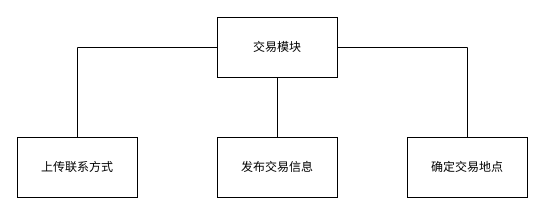
The draw.io diagram page "交易模块" (3 of 4) of tietie/功能模块图.drawio in Zhou-Ru-Xuan/drawio-workplace, before the edit. Source tidied: cells renumbered, new cells numbered last; positions are measured from the earlier drawing's top-left corner, leaving out a move shared by most shapes. Both pictures are drawn from the tidied source at 100%, with x=0, y=0 at pixel (17, 17).
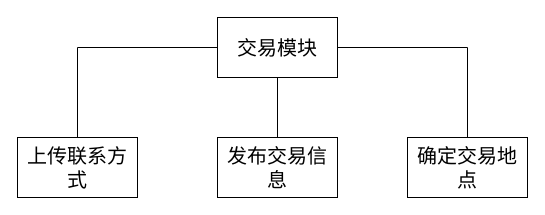
After the change.

Diff of the diagram source:
```diff
@@
 <mxGraphModel>
   <root>
     <mxCell id="0" />
     <mxCell id="1" parent="0" />
-    <mxCell id="2" style="edgeStyle=orthogonalEdgeStyle;rounded=0;jettySize=auto;html=1;endArrow=none;endFill=0;" parent="1" edge="1" source="5" target="6">
+    <mxCell id="2" style="edgeStyle=orthogonalEdgeStyle;rounded=0;jettySize=auto;html=1;endArrow=none;endFill=0;fontFamily=宋体;fontSize=20;" parent="1" edge="1" source="5" target="6">
       <mxGeometry relative="1" as="geometry" />
     </mxCell>
-    <mxCell id="3" style="edgeStyle=orthogonalEdgeStyle;rounded=0;jettySize=auto;html=1;endArrow=none;endFill=0;" parent="1" edge="1" source="5" target="7">
+    <mxCell id="3" style="edgeStyle=orthogonalEdgeStyle;rounded=0;jettySize=auto;html=1;endArrow=none;endFill=0;fontFamily=宋体;fontSize=20;" parent="1" edge="1" source="5" target="7">
       <mxGeometry relative="1" as="geometry" />
     </mxCell>
-    <mxCell id="4" style="edgeStyle=orthogonalEdgeStyle;rounded=0;jettySize=auto;html=1;endArrow=none;endFill=0;" parent="1" edge="1" source="5" target="8">
+    <mxCell id="4" style="edgeStyle=orthogonalEdgeStyle;rounded=0;jettySize=auto;html=1;endArrow=none;endFill=0;fontFamily=宋体;fontSize=20;" parent="1" edge="1" source="5" target="8">
       <mxGeometry relative="1" as="geometry" />
     </mxCell>
-    <mxCell id="5" value="交易模块" style="rounded=0;whiteSpace=wrap;html=1;" parent="1" vertex="1">
+    <mxCell id="5" value="交易模块" style="rounded=0;whiteSpace=wrap;html=1;fontFamily=宋体;fontSize=20;" parent="1" vertex="1">
       <mxGeometry x="200" width="120" height="60" as="geometry" />
     </mxCell>
-    <mxCell id="6" value="发布交易信息" style="rounded=0;whiteSpace=wrap;html=1;" parent="1" vertex="1">
+    <mxCell id="6" value="发布交易信息" style="rounded=0;whiteSpace=wrap;html=1;fontFamily=宋体;fontSize=20;" parent="1" vertex="1">
       <mxGeometry x="200" y="120" width="120" height="60" as="geometry" />
     </mxCell>
-    <mxCell id="7" value="上传联系方式" style="rounded=0;whiteSpace=wrap;html=1;" parent="1" vertex="1">
+    <mxCell id="7" value="上传联系方式" style="rounded=0;whiteSpace=wrap;html=1;fontFamily=宋体;fontSize=20;" parent="1" vertex="1">
       <mxGeometry y="120" width="120" height="60" as="geometry" />
     </mxCell>
-    <mxCell id="8" value="确定交易地点" style="rounded=0;whiteSpace=wrap;html=1;" parent="1" vertex="1">
+    <mxCell id="8" value="确定交易地点" style="rounded=0;whiteSpace=wrap;html=1;fontFamily=宋体;fontSize=20;" parent="1" vertex="1">
       <mxGeometry x="390" y="120" width="120" height="60" as="geometry" />
     </mxCell>
   </root>
 </mxGraphModel>
```
